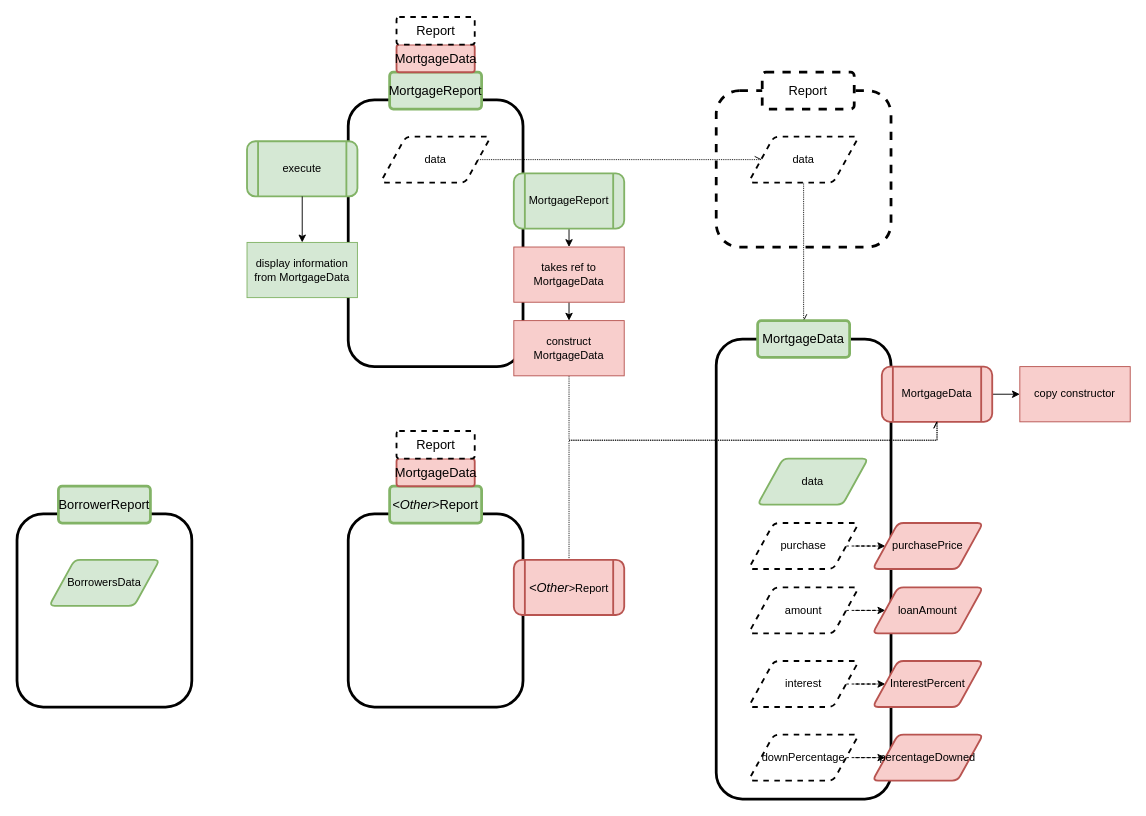
The draw.io diagram DesignDocs/Implement.drawio in accusard/MortgageCalc, before the edit. Source tidied: cells renumbered, new cells numbered last; positions are measured from the earlier drawing's top-left corner, leaving out a move shared by most shapes. Both pictures are drawn from the tidied source at 92%, with x=0, y=0 at pixel (17, 17).
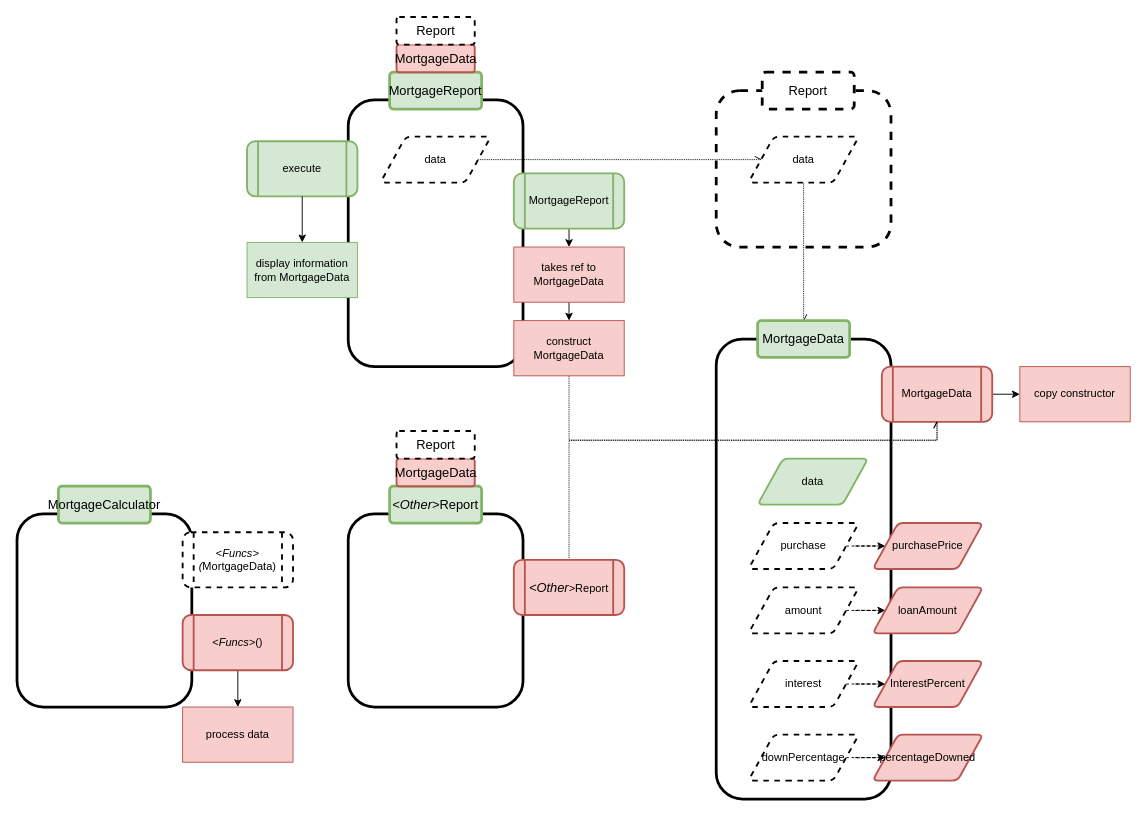
The same page after the edit.

What changed in the source:
```diff
@@
-    <mxCell id="35" value="&lt;font style=&quot;font-size: 14px&quot;&gt;BorrowerReport&lt;/font&gt;" style="rounded=1;arcSize=10;whiteSpace=wrap;html=1;align=center;fillColor=#d5e8d4;strokeColor=#82b366;fontFamily=SF Mono;strokeWidth=3;" parent="1" vertex="1">
+    <mxCell id="35" value="&lt;font style=&quot;font-size: 14px&quot;&gt;MortgageCalculator&lt;/font&gt;" style="rounded=1;arcSize=10;whiteSpace=wrap;html=1;align=center;fillColor=#d5e8d4;strokeColor=#82b366;fontFamily=SF Mono;strokeWidth=3;" parent="1" vertex="1">
       <mxGeometry x="45" y="510" width="100" height="40" as="geometry" />
     </mxCell>
-    <mxCell id="36" value="BorrowersData" style="shape=parallelogram;html=1;strokeWidth=2;perimeter=parallelogramPerimeter;whiteSpace=wrap;rounded=1;arcSize=12;size=0.23;fontFamily=SF Mono;fillColor=#d5e8d4;strokeColor=#82b366;" parent="1" vertex="1">
-      <mxGeometry x="35" y="590" width="120" height="50" as="geometry" />
-    </mxCell>
@@
+    <mxCell id="48" value="&amp;lt;&lt;i&gt;Funcs&amp;gt;(&lt;/i&gt;MortgageData)" style="shape=process;whiteSpace=wrap;html=1;backgroundOutline=1;rounded=1;fontFamily=SF Mono;strokeWidth=2;dashed=1;" parent="1" vertex="1">
+      <mxGeometry x="180" y="560" width="120" height="60" as="geometry" />
+    </mxCell>
+    <mxCell id="49" style="edgeStyle=orthogonalEdgeStyle;rounded=0;jettySize=auto;html=1;exitX=0.5;exitY=1;exitDx=0;exitDy=0;entryX=0.5;entryY=0;entryDx=0;entryDy=0;fontSize=12;endArrow=classic;endFill=1;" parent="1" edge="1" source="50" target="51">
+      <mxGeometry relative="1" as="geometry" />
+    </mxCell>
+    <mxCell id="50" value="&amp;lt;&lt;i&gt;Funcs&amp;gt;&lt;/i&gt;()" style="shape=process;whiteSpace=wrap;html=1;backgroundOutline=1;rounded=1;fontFamily=SF Mono;strokeWidth=2;fillColor=#f8cecc;strokeColor=#b85450;" parent="1" vertex="1">
+      <mxGeometry x="180" y="650" width="120" height="60" as="geometry" />
+    </mxCell>
+    <mxCell id="51" value="process data" style="rounded=0;whiteSpace=wrap;html=1;fillColor=#f8cecc;strokeColor=#b85450;fontFamily=SF Mono;" parent="1" vertex="1">
+      <mxGeometry x="180" y="750" width="120" height="60" as="geometry" />
+    </mxCell>
```
